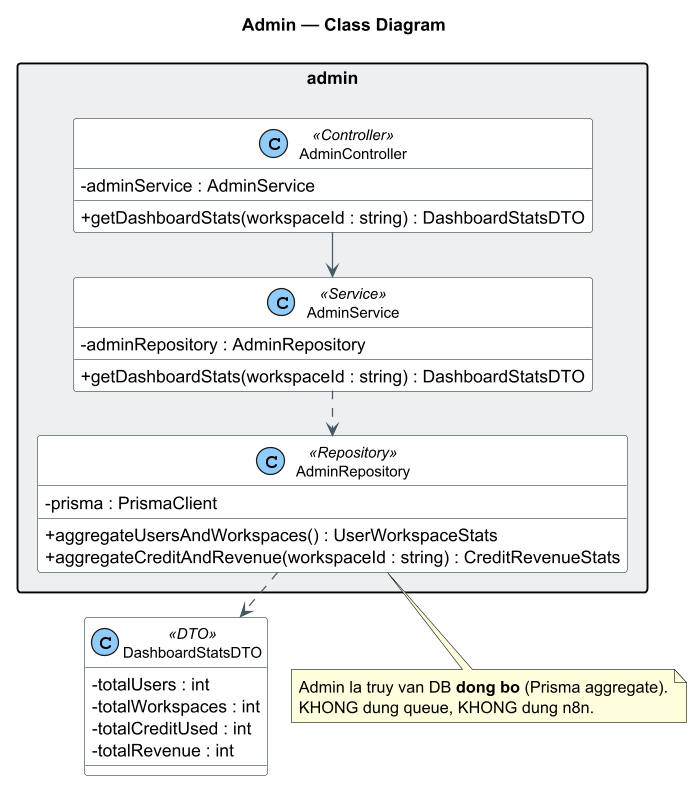
The PlantUML diagram docs/diagrams/01-admin.png in Pham-Hong-Ky/marka-capstone, before a commit. The source it was exported from:
```plantuml
@startuml 01-admin
!pragma layout smetana
!pragma layout smetana
skinparam dpi 120
skinparam shadowing false
skinparam classAttributeIconSize 0
skinparam packageStyle rectangle
skinparam class {
  BackgroundColor #FFFFFF
  BorderColor #37474F
  ArrowColor #455A64
  FontSize 12
}
skinparam stereotypeCBackgroundColor #90CAF9
title Admin — Class Diagram

package "admin" #ECEFF1 {
  class AdminController <<Controller>> {
    - adminService : AdminService
    + getDashboardStats(workspaceId : string) : DashboardStatsDTO
  }
  class AdminService <<Service>> {
    - adminRepository : AdminRepository
    + getDashboardStats(workspaceId : string) : DashboardStatsDTO
  }
  class AdminRepository <<Repository>> {
    - prisma : PrismaClient
    + aggregateUsersAndWorkspaces() : UserWorkspaceStats
    + aggregateCreditAndRevenue(workspaceId : string) : CreditRevenueStats
  }
}

class DashboardStatsDTO <<DTO>> {
  - totalUsers : int
  - totalWorkspaces : int
  - totalCreditUsed : int
  - totalRevenue : int
}

AdminController --> AdminService
AdminService ..> AdminRepository
AdminRepository ..> DashboardStatsDTO

note bottom of AdminRepository
  Admin la truy van DB **dong bo** (Prisma aggregate).
  KHONG dung queue, KHONG dung n8n.
end note
@enduml
```
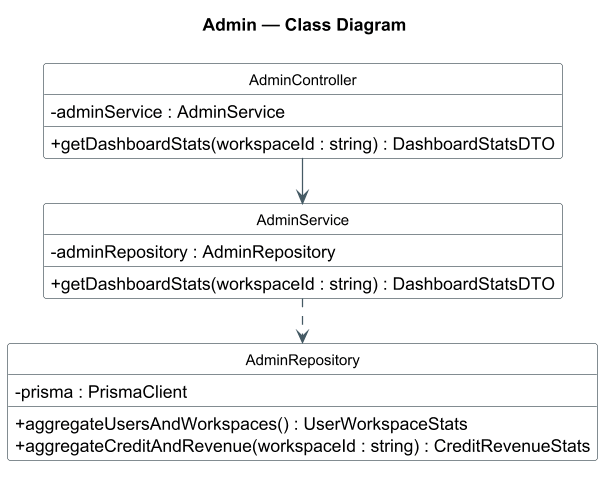
Later version of the same file.

Change to the diagram source:
```diff
@@ -11,38 +11,23 @@
   ArrowColor #455A64
   FontSize 12
 }
-skinparam stereotypeCBackgroundColor #90CAF9
+hide circle
 title Admin — Class Diagram
 
-package "admin" #ECEFF1 {
-  class AdminController <<Controller>> {
-    - adminService : AdminService
-    + getDashboardStats(workspaceId : string) : DashboardStatsDTO
-  }
-  class AdminService <<Service>> {
-    - adminRepository : AdminRepository
-    + getDashboardStats(workspaceId : string) : DashboardStatsDTO
-  }
-  class AdminRepository <<Repository>> {
-    - prisma : PrismaClient
-    + aggregateUsersAndWorkspaces() : UserWorkspaceStats
-    + aggregateCreditAndRevenue(workspaceId : string) : CreditRevenueStats
-  }
+class AdminController {
+  - adminService : AdminService
+  + getDashboardStats(workspaceId : string) : DashboardStatsDTO
 }
-
-class DashboardStatsDTO <<DTO>> {
-  - totalUsers : int
-  - totalWorkspaces : int
-  - totalCreditUsed : int
-  - totalRevenue : int
+class AdminService {
+  - adminRepository : AdminRepository
+  + getDashboardStats(workspaceId : string) : DashboardStatsDTO
+}
+class AdminRepository {
+  - prisma : PrismaClient
+  + aggregateUsersAndWorkspaces() : UserWorkspaceStats
+  + aggregateCreditAndRevenue(workspaceId : string) : CreditRevenueStats
 }
 
 AdminController --> AdminService
 AdminService ..> AdminRepository
-AdminRepository ..> DashboardStatsDTO
-
-note bottom of AdminRepository
-  Admin la truy van DB **dong bo** (Prisma aggregate).
-  KHONG dung queue, KHONG dung n8n.
-end note
 @enduml
```
